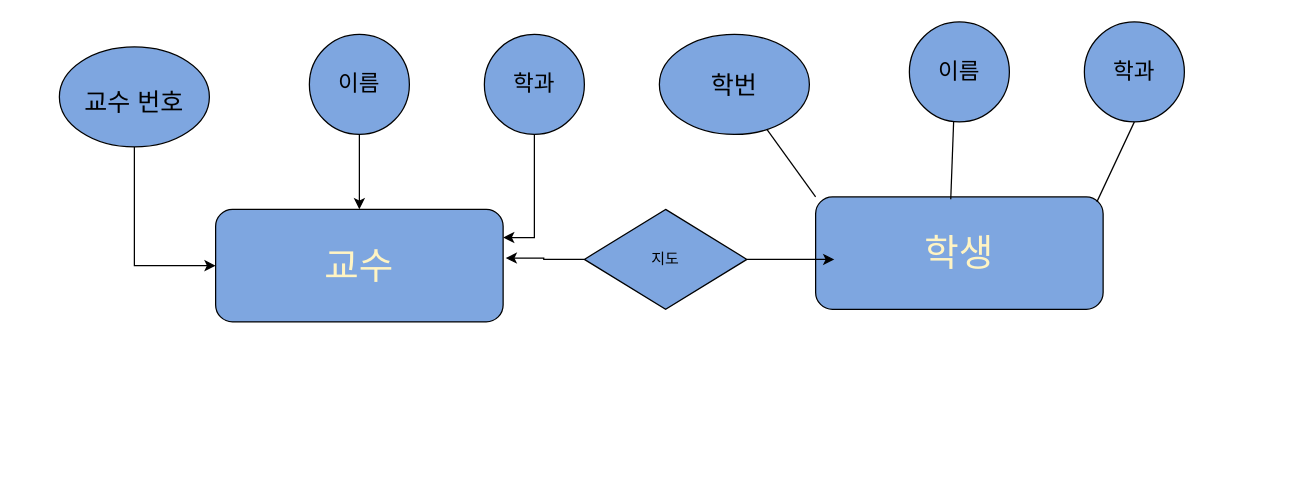
This is Untitled Diagram.drawio from limsuwhoan/20201214, a draw.io file, before an edit. Source tidied: cells renumbered, new cells numbered last; positions are measured from the earlier drawing's top-left corner, leaving out a move shared by most shapes. Both pictures are drawn from the tidied source at 125%, with x=0, y=0 at pixel (59, 21).
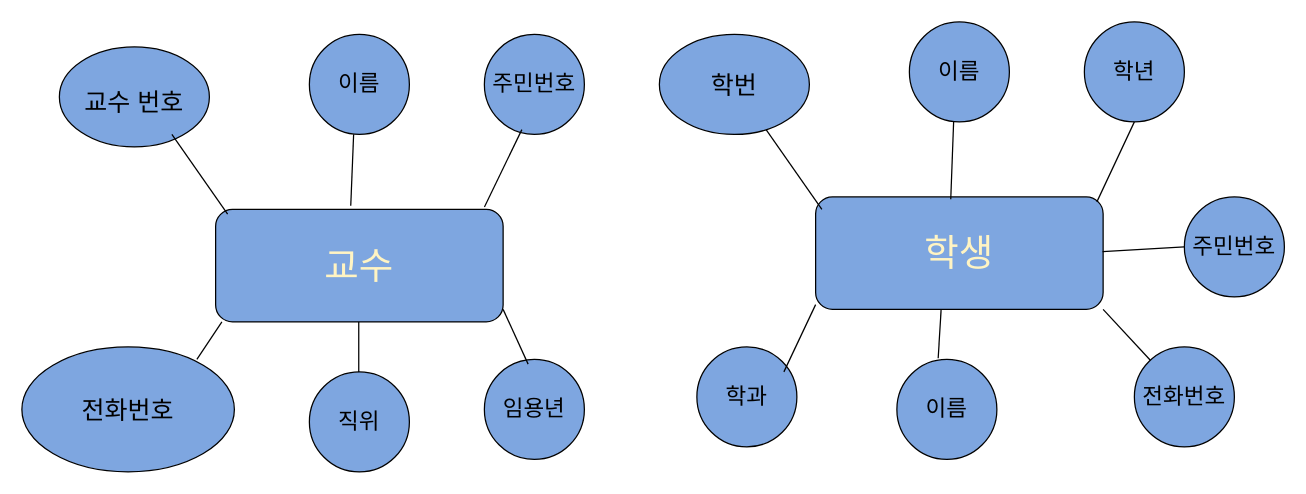
The same diagram, later.

The change refers to these unchanged cells:
```xml
<mxCell id="3" value="&lt;font style=&quot;font-size: 20px ; line-height: 10%&quot;&gt;&amp;nbsp;&lt;br&gt;&lt;font style=&quot;vertical-align: inherit ; font-size: 20px&quot;&gt;&lt;font style=&quot;vertical-align: inherit ; font-size: 20px&quot;&gt;&lt;font style=&quot;vertical-align: inherit ; font-size: 20px&quot;&gt;&lt;font style=&quot;vertical-align: inherit ; font-size: 20px&quot;&gt;교수 번호&lt;/font&gt;&lt;/font&gt;&lt;/font&gt;&lt;/font&gt;&lt;/font&gt;" style="ellipse;whiteSpace=wrap;html=1;fillColor=#7EA6E0;" parent="1" vertex="1">
  <mxGeometry y="20" width="120" height="80" as="geometry" />
</mxCell>
<mxCell id="5" value="&lt;font style=&quot;vertical-align: inherit ; font-size: 18px&quot;&gt;&lt;font style=&quot;vertical-align: inherit ; line-height: 0% ; font-size: 18px&quot;&gt;&lt;font style=&quot;vertical-align: inherit ; font-size: 18px&quot;&gt;&lt;font style=&quot;vertical-align: inherit ; font-size: 18px&quot;&gt;이름&lt;/font&gt;&lt;/font&gt;&lt;/font&gt;&lt;/font&gt;" style="ellipse;whiteSpace=wrap;html=1;fillColor=#7EA6E0;" parent="1" vertex="1">
  <mxGeometry x="200" y="10" width="80" height="80" as="geometry" />
</mxCell>
<mxCell id="8" value="&lt;font style=&quot;vertical-align: inherit ; font-size: 30px&quot;&gt;&lt;font style=&quot;vertical-align: inherit ; font-size: 30px&quot;&gt;&lt;font style=&quot;vertical-align: inherit ; font-size: 30px&quot;&gt;&lt;font color=&quot;#fff4c3&quot; style=&quot;vertical-align: inherit ; font-size: 30px&quot;&gt;교수&lt;/font&gt;&lt;/font&gt;&lt;/font&gt;&lt;/font&gt;" style="rounded=1;whiteSpace=wrap;html=1;fillColor=#7EA6E0;" parent="1" vertex="1">
  <mxGeometry x="125" y="150" width="230" height="90" as="geometry" />
</mxCell>
<mxCell id="9" value="&lt;span style=&quot;font-size: 20px&quot;&gt;학번&lt;/span&gt;" style="ellipse;whiteSpace=wrap;html=1;fillColor=#7EA6E0;" parent="1" vertex="1">
  <mxGeometry x="480" y="10" width="120" height="80" as="geometry" />
</mxCell>
<mxCell id="12" value="&lt;font color=&quot;#fff4c3&quot;&gt;&lt;span style=&quot;font-size: 30px&quot;&gt;학생&lt;/span&gt;&lt;/font&gt;" style="rounded=1;whiteSpace=wrap;html=1;fillColor=#7EA6E0;" parent="1" vertex="1">
  <mxGeometry x="605" y="140" width="230" height="90" as="geometry" />
</mxCell>
```

The edit, as a diff of the source:
```diff
@@
-    <mxCell id="2" style="edgeStyle=orthogonalEdgeStyle;rounded=0;jettySize=auto;html=1;exitX=0.5;exitY=1;exitDx=0;exitDy=0;entryX=0;entryY=0.5;entryDx=0;entryDy=0;" parent="1" edge="1" source="3" target="8">
-      <mxGeometry relative="1" as="geometry" />
-    </mxCell>
@@
-    <mxCell id="4" style="edgeStyle=orthogonalEdgeStyle;rounded=0;jettySize=auto;html=1;" parent="1" edge="1" source="5" target="8">
-      <mxGeometry relative="1" as="geometry" />
-    </mxCell>
@@
-    <mxCell id="6" style="edgeStyle=orthogonalEdgeStyle;rounded=0;jettySize=auto;html=1;exitX=0.5;exitY=1;exitDx=0;exitDy=0;entryX=1;entryY=0.25;entryDx=0;entryDy=0;" parent="1" edge="1" source="7" target="8">
-      <mxGeometry relative="1" as="geometry" />
-    </mxCell>
-    <mxCell id="7" value="&lt;font style=&quot;vertical-align: inherit ; font-size: 18px&quot;&gt;&lt;font style=&quot;vertical-align: inherit ; font-size: 18px ; line-height: 50%&quot;&gt;&lt;font style=&quot;vertical-align: inherit ; font-size: 18px&quot;&gt;&lt;font style=&quot;vertical-align: inherit ; font-size: 18px&quot;&gt;학과&lt;/font&gt;&lt;/font&gt;&lt;/font&gt;&lt;/font&gt;" style="ellipse;whiteSpace=wrap;html=1;fillColor=#7EA6E0;" parent="1" vertex="1">
+    <mxCell id="7" value="&lt;span style=&quot;font-size: 18px&quot;&gt;주민번호&lt;/span&gt;" style="ellipse;whiteSpace=wrap;html=1;fillColor=#7EA6E0;" parent="1" vertex="1">
       <mxGeometry x="340" y="10" width="80" height="80" as="geometry" />
     </mxCell>
@@
-    <mxCell id="11" value="&lt;span style=&quot;font-size: 18px&quot;&gt;학과&lt;/span&gt;" style="ellipse;whiteSpace=wrap;html=1;fillColor=#7EA6E0;" parent="1" vertex="1">
+    <mxCell id="11" value="&lt;span style=&quot;font-size: 18px&quot;&gt;학년&lt;/span&gt;" style="ellipse;whiteSpace=wrap;html=1;fillColor=#7EA6E0;" parent="1" vertex="1">
       <mxGeometry x="820" width="80" height="80" as="geometry" />
     </mxCell>
@@
-    <mxCell id="13" style="endArrow=none;html=1;exitX=0;exitY=0;exitDx=0;exitDy=0;" parent="1" edge="1" source="12" target="9">
-      <mxGeometry relative="1" as="geometry" />
+    <mxCell id="13" style="endArrow=none;html=1;" parent="1" edge="1" target="9">
+      <mxGeometry relative="1" as="geometry">
+        <mxPoint x="610" y="150" as="sourcePoint" />
+      </mxGeometry>
     </mxCell>
@@
-    <mxCell id="16" style="edgeStyle=orthogonalEdgeStyle;rounded=0;jettySize=auto;html=1;entryX=1.009;entryY=0.433;entryDx=0;entryDy=0;entryPerimeter=0;" parent="1" edge="1" source="18" target="8">
-      <mxGeometry relative="1" as="geometry" />
-    </mxCell>
-    <mxCell id="17" style="edgeStyle=orthogonalEdgeStyle;rounded=0;jettySize=auto;html=1;entryX=0.065;entryY=0.556;entryDx=0;entryDy=0;entryPerimeter=0;" parent="1" edge="1" source="18" target="12">
-      <mxGeometry relative="1" as="geometry" />
-    </mxCell>
-    <mxCell id="18" value="지도" style="rhombus;whiteSpace=wrap;html=1;fillColor=#7EA6E0;" parent="1" vertex="1">
-      <mxGeometry x="420" y="150" width="130" height="80" as="geometry" />
-    </mxCell>
+    <mxCell id="19" value="&lt;span style=&quot;font-size: 20px&quot;&gt;전화번호&lt;/span&gt;" style="ellipse;whiteSpace=wrap;html=1;fillColor=#7EA6E0;" parent="1" vertex="1">
+      <mxGeometry x="-30" y="260" width="170" height="100" as="geometry" />
+    </mxCell>
+    <mxCell id="20" value="&lt;span style=&quot;font-size: 18px&quot;&gt;직위&lt;/span&gt;" style="ellipse;whiteSpace=wrap;html=1;fillColor=#7EA6E0;" parent="1" vertex="1">
+      <mxGeometry x="200" y="280" width="80" height="80" as="geometry" />
+    </mxCell>
+    <mxCell id="21" value="&lt;span style=&quot;font-size: 18px&quot;&gt;임용년&lt;/span&gt;" style="ellipse;whiteSpace=wrap;html=1;fillColor=#7EA6E0;" parent="1" vertex="1">
+      <mxGeometry x="340" y="270" width="80" height="80" as="geometry" />
+    </mxCell>
+    <mxCell id="22" value="&lt;font style=&quot;vertical-align: inherit ; font-size: 18px&quot;&gt;&lt;font style=&quot;vertical-align: inherit ; line-height: 0% ; font-size: 18px&quot;&gt;&lt;font style=&quot;vertical-align: inherit ; font-size: 18px&quot;&gt;&lt;font style=&quot;vertical-align: inherit ; font-size: 18px&quot;&gt;이름&lt;/font&gt;&lt;/font&gt;&lt;/font&gt;&lt;/font&gt;" style="ellipse;whiteSpace=wrap;html=1;fillColor=#7EA6E0;" parent="1" vertex="1">
+      <mxGeometry x="670" y="270" width="80" height="80" as="geometry" />
+    </mxCell>
+    <mxCell id="23" value="&lt;span style=&quot;font-size: 18px&quot;&gt;학과&lt;/span&gt;" style="ellipse;whiteSpace=wrap;html=1;fillColor=#7EA6E0;" parent="1" vertex="1">
+      <mxGeometry x="510" y="260" width="80" height="80" as="geometry" />
+    </mxCell>
+    <mxCell id="24" value="&lt;span style=&quot;font-size: 18px&quot;&gt;주민번호&lt;/span&gt;" style="ellipse;whiteSpace=wrap;html=1;fillColor=#7EA6E0;" parent="1" vertex="1">
+      <mxGeometry x="900" y="140" width="80" height="80" as="geometry" />
+    </mxCell>
+    <mxCell id="25" value="&lt;span style=&quot;font-size: 18px&quot;&gt;전화번호&lt;/span&gt;" style="ellipse;whiteSpace=wrap;html=1;fillColor=#7EA6E0;" parent="1" vertex="1">
+      <mxGeometry x="860" y="260" width="80" height="80" as="geometry" />
+    </mxCell>
+    <mxCell id="26" style="endArrow=none;html=1;" parent="1" edge="1">
+      <mxGeometry relative="1" as="geometry">
+        <mxPoint x="134.6" y="153.8" as="sourcePoint" />
+        <mxPoint x="90" y="90" as="targetPoint" />
+      </mxGeometry>
+    </mxCell>
+    <mxCell id="27" style="endArrow=none;html=1;" parent="1" edge="1">
+      <mxGeometry relative="1" as="geometry">
+        <mxPoint x="375" y="273.8" as="sourcePoint" />
+        <mxPoint x="355" y="230" as="targetPoint" />
+      </mxGeometry>
+    </mxCell>
+    <mxCell id="28" style="endArrow=none;html=1;exitX=0.935;exitY=-0.022;exitDx=0;exitDy=0;exitPerimeter=0;" parent="1" edge="1" source="8">
+      <mxGeometry relative="1" as="geometry">
+        <mxPoint x="370" y="86.2" as="targetPoint" />
+      </mxGeometry>
+    </mxCell>
+    <mxCell id="29" style="endArrow=none;html=1;exitX=0.47;exitY=-0.033;exitDx=0;exitDy=0;exitPerimeter=0;" parent="1" edge="1" source="8">
+      <mxGeometry relative="1" as="geometry">
+        <mxPoint x="235.4" y="90" as="targetPoint" />
+      </mxGeometry>
+    </mxCell>
+    <mxCell id="30" style="endArrow=none;html=1;exitX=0.413;exitY=-0.012;exitDx=0;exitDy=0;exitPerimeter=0;" parent="1" edge="1" source="22">
+      <mxGeometry relative="1" as="geometry">
+        <mxPoint x="705.4" y="230" as="targetPoint" />
+      </mxGeometry>
+    </mxCell>
+    <mxCell id="31" style="endArrow=none;html=1;" parent="1" edge="1">
+      <mxGeometry relative="1" as="geometry">
+        <mxPoint x="110" y="270" as="sourcePoint" />
+        <mxPoint x="130" y="240" as="targetPoint" />
+        <Array as="points">
+          <mxPoint x="110" y="270" />
+        </Array>
+      </mxGeometry>
+    </mxCell>
+    <mxCell id="32" style="endArrow=none;html=1;" parent="1" edge="1">
+      <mxGeometry relative="1" as="geometry">
+        <mxPoint x="239.5" y="280" as="sourcePoint" />
+        <mxPoint x="239.5" y="240" as="targetPoint" />
+      </mxGeometry>
+    </mxCell>
+    <mxCell id="33" style="endArrow=none;html=1;" parent="1" edge="1" source="25">
+      <mxGeometry relative="1" as="geometry">
+        <mxPoint x="835" y="230" as="targetPoint" />
+      </mxGeometry>
+    </mxCell>
+    <mxCell id="34" style="endArrow=none;html=1;entryX=0;entryY=0.5;entryDx=0;entryDy=0;" parent="1" edge="1" target="24">
+      <mxGeometry relative="1" as="geometry">
+        <mxPoint x="834.6" y="183.8" as="sourcePoint" />
+      </mxGeometry>
+    </mxCell>
+    <mxCell id="35" style="endArrow=none;html=1;" parent="1" edge="1">
+      <mxGeometry relative="1" as="geometry">
+        <mxPoint x="579.6" y="280" as="sourcePoint" />
+        <mxPoint x="605" y="226.2" as="targetPoint" />
+      </mxGeometry>
+    </mxCell>
```
